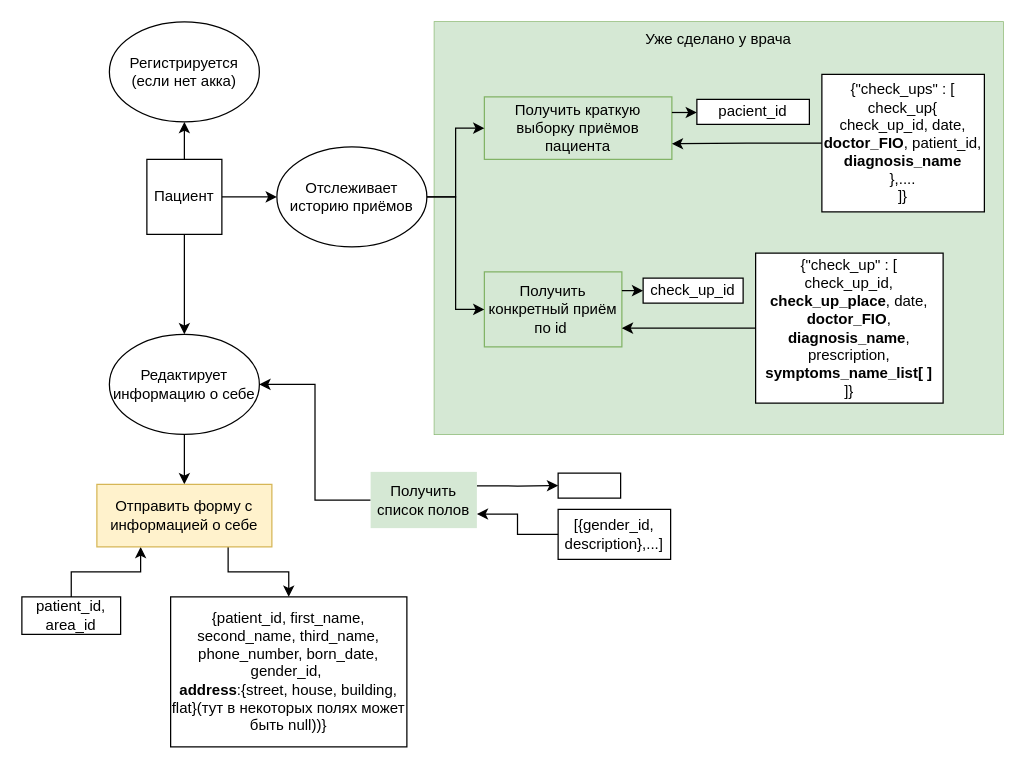
Earlier version of the draw.io diagram page "Пациент" (3 of 4) of Требования к проекту.drawio (Rubelewaskes/Hospital). Source tidied: cells renumbered, new cells numbered last; positions are measured from the earlier drawing's top-left corner, leaving out a move shared by most shapes. Both pictures are drawn from the tidied source at 125%, with x=0, y=0 at pixel (21, 21).
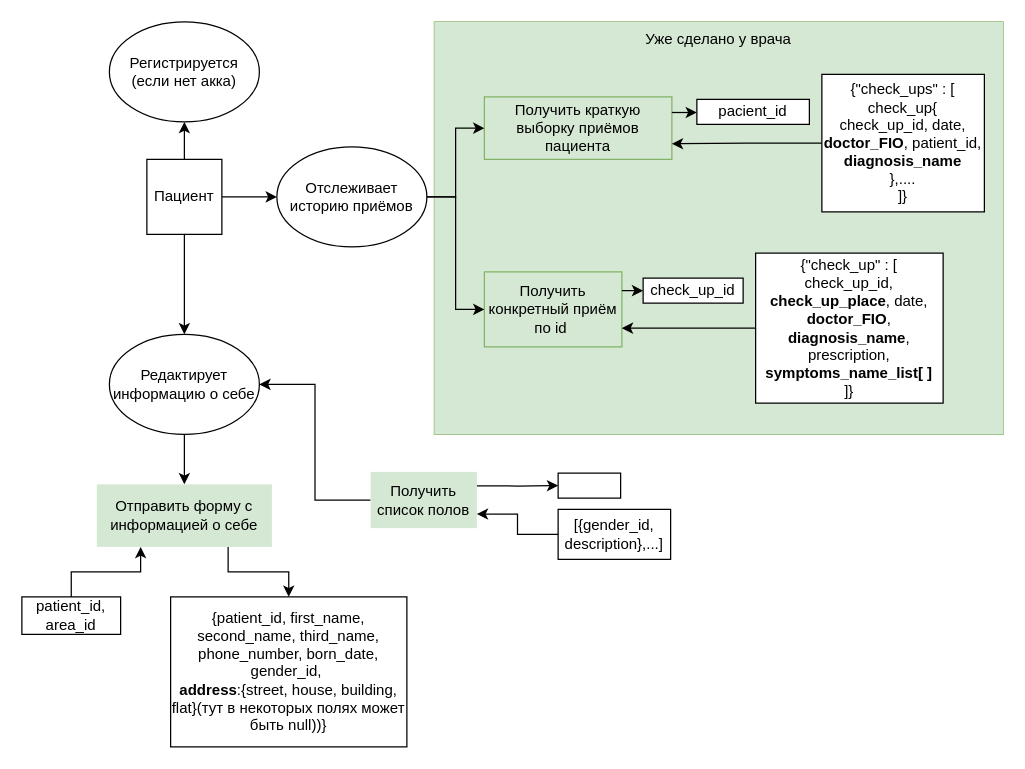
After the change.

The edit, as a diff of the source:
```diff
@@
-    <mxCell id="28" value="Отправить форму с информацией о себе" style="text;html=1;align=center;verticalAlign=middle;whiteSpace=wrap;rounded=0;fillColor=#fff2cc;strokeColor=#d6b656;" parent="1" vertex="1">
+    <mxCell id="28" value="Отправить форму с информацией о себе" style="text;html=1;align=center;verticalAlign=middle;whiteSpace=wrap;rounded=0;fillColor=#d5e8d4;strokeColor=none;" parent="1" vertex="1">
       <mxGeometry x="60" y="370" width="140" height="50" as="geometry" />
     </mxCell>
```
